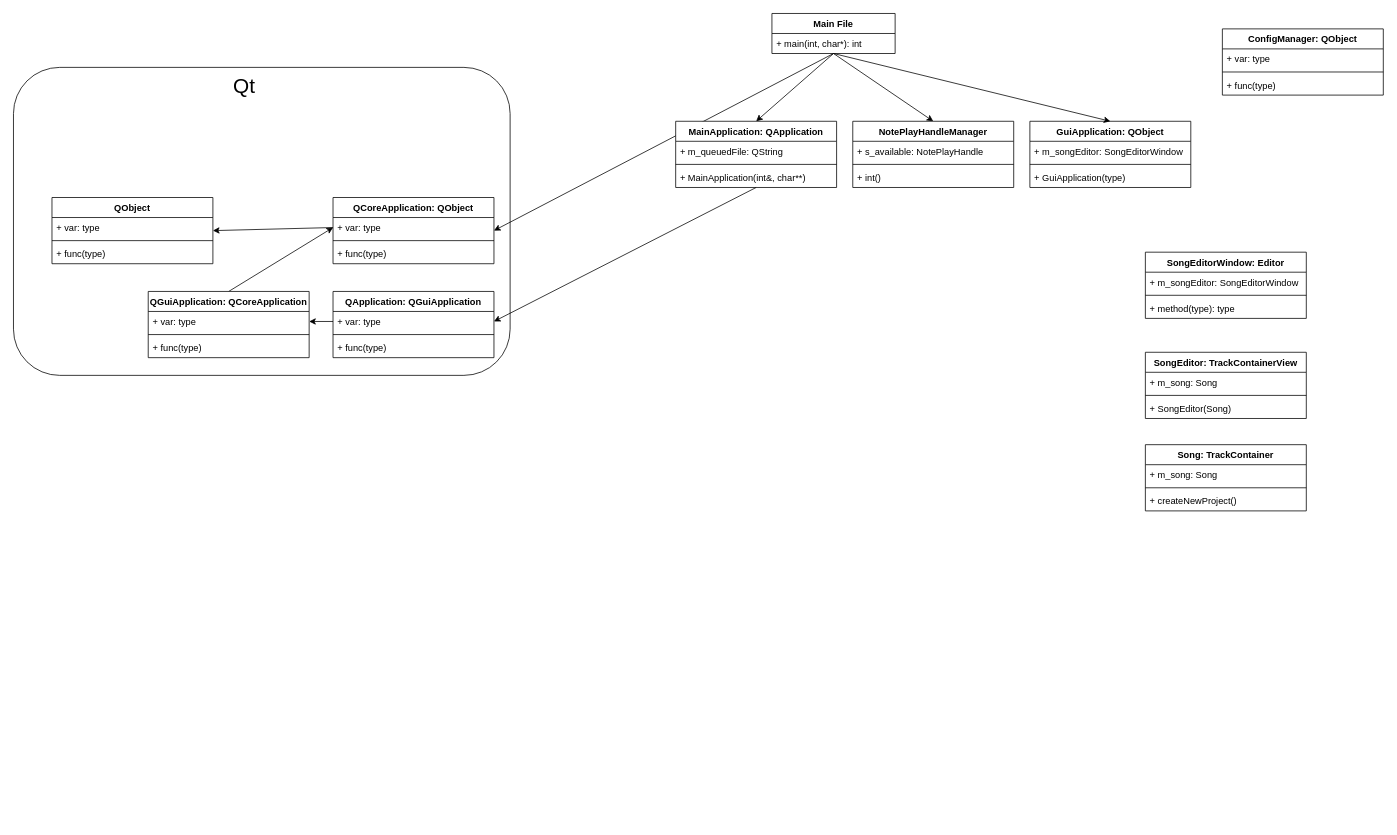
Above: LMMS.drawio in YRMOX/lmms (draw.io), before the change. Source tidied: cells renumbered, new cells numbered last; positions are measured from the earlier drawing's top-left corner, leaving out a move shared by most shapes. Both pictures are drawn from the tidied source at 77%, with x=0, y=0 at pixel (13, 13).
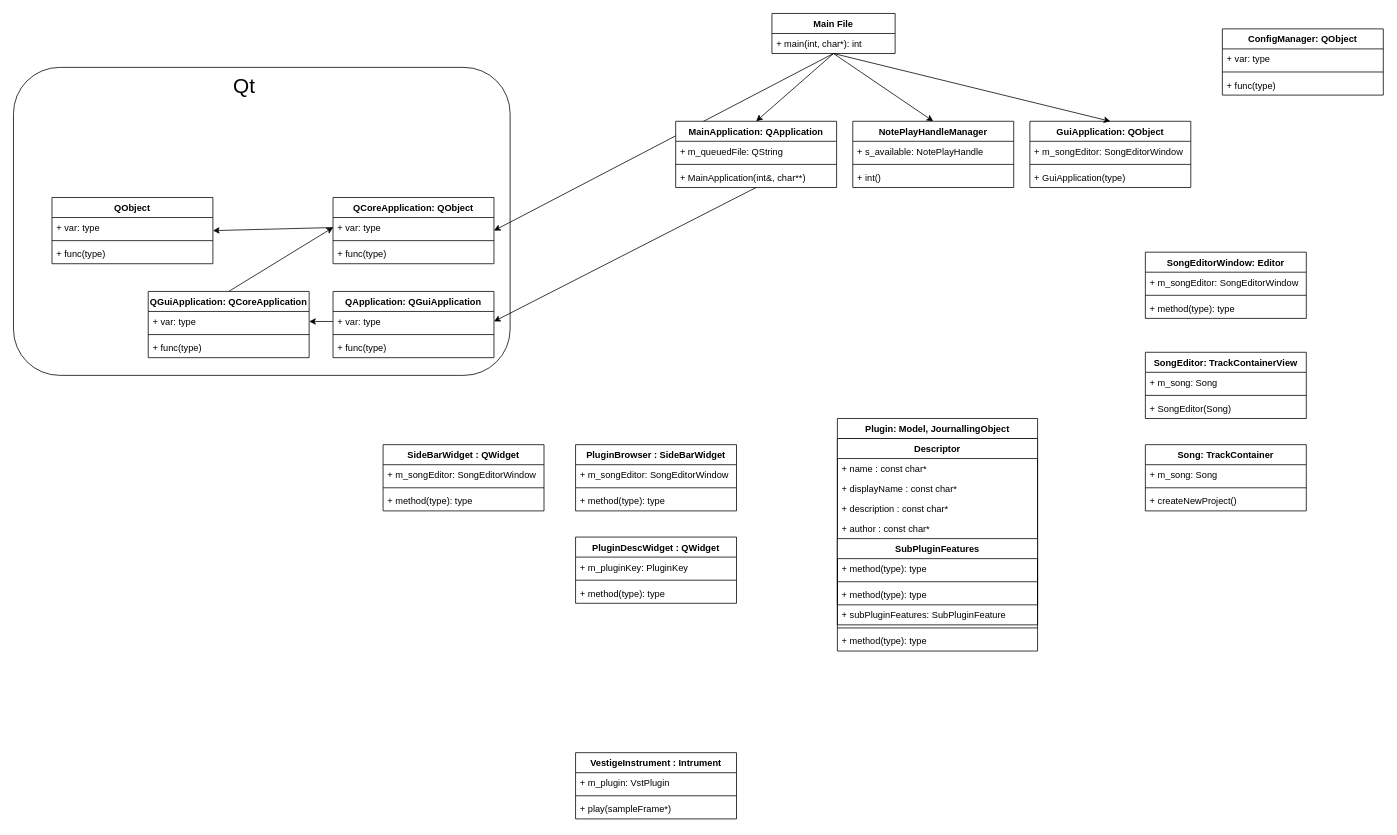
The same diagram, later.

Diff of the diagram source:
```diff
@@
+    <mxCell id="58" value="Plugin: Model, JournallingObject" style="swimlane;fontStyle=1;align=center;verticalAlign=top;horizontal=1;startSize=26;" parent="1" vertex="1">
+      <mxGeometry x="1070" y="526" width="260" height="302" as="geometry" />
+    </mxCell>
+    <mxCell id="59" value="Descriptor" style="swimlane;fontStyle=1;align=center;verticalAlign=top;horizontal=1;startSize=26;" parent="58" vertex="1">
+      <mxGeometry y="26" width="260" height="242" as="geometry" />
+    </mxCell>
+    <mxCell id="60" value="+ name : const char*" style="text;strokeColor=none;fillColor=none;align=left;verticalAlign=top;spacingLeft=4;spacingRight=4;overflow=hidden;" parent="59" vertex="1">
+      <mxGeometry y="26" width="260" height="26" as="geometry" />
+    </mxCell>
+    <mxCell id="61" value="+ displayName : const char*" style="text;strokeColor=none;fillColor=none;align=left;verticalAlign=top;spacingLeft=4;spacingRight=4;overflow=hidden;" parent="59" vertex="1">
+      <mxGeometry y="52" width="260" height="26" as="geometry" />
+    </mxCell>
+    <mxCell id="62" value="+ description : const char*" style="text;strokeColor=none;fillColor=none;align=left;verticalAlign=top;spacingLeft=4;spacingRight=4;overflow=hidden;" parent="59" vertex="1">
+      <mxGeometry y="78" width="260" height="26" as="geometry" />
+    </mxCell>
+    <mxCell id="63" value="+ author : const char*" style="text;strokeColor=none;fillColor=none;align=left;verticalAlign=top;spacingLeft=4;spacingRight=4;overflow=hidden;" parent="59" vertex="1">
+      <mxGeometry y="104" width="260" height="26" as="geometry" />
+    </mxCell>
+    <mxCell id="64" value="SubPluginFeatures" style="swimlane;fontStyle=1;align=center;verticalAlign=top;horizontal=1;startSize=26;" parent="59" vertex="1">
+      <mxGeometry y="130" width="260" height="86" as="geometry" />
+    </mxCell>
+    <mxCell id="65" value="+ method(type): type" style="text;strokeColor=none;fillColor=none;align=left;verticalAlign=top;spacingLeft=4;spacingRight=4;overflow=hidden;" parent="64" vertex="1">
+      <mxGeometry y="26" width="260" height="26" as="geometry" />
+    </mxCell>
+    <mxCell id="66" style="line;strokeWidth=1;fillColor=none;align=left;verticalAlign=middle;spacingTop=-1;spacingLeft=3;spacingRight=3;labelPosition=right;strokeColor=inherit;" parent="64" vertex="1">
+      <mxGeometry y="52" width="260" height="8" as="geometry" />
+    </mxCell>
+    <mxCell id="67" value="+ method(type): type" style="text;strokeColor=none;fillColor=none;align=left;verticalAlign=top;spacingLeft=4;spacingRight=4;overflow=hidden;" parent="64" vertex="1">
+      <mxGeometry y="60" width="260" height="26" as="geometry" />
+    </mxCell>
+    <mxCell id="68" value="+ subPluginFeatures: SubPluginFeature" style="text;strokeColor=none;fillColor=none;align=left;verticalAlign=top;spacingLeft=4;spacingRight=4;overflow=hidden;" parent="59" vertex="1">
+      <mxGeometry y="216" width="260" height="26" as="geometry" />
+    </mxCell>
+    <mxCell id="69" style="line;strokeWidth=1;fillColor=none;align=left;verticalAlign=middle;spacingTop=-1;spacingLeft=3;spacingRight=3;labelPosition=right;strokeColor=inherit;" parent="58" vertex="1">
+      <mxGeometry y="268" width="260" height="8" as="geometry" />
+    </mxCell>
+    <mxCell id="70" value="+ method(type): type" style="text;strokeColor=none;fillColor=none;align=left;verticalAlign=top;spacingLeft=4;spacingRight=4;overflow=hidden;" parent="58" vertex="1">
+      <mxGeometry y="276" width="260" height="26" as="geometry" />
+    </mxCell>
+    <mxCell id="71" value="PluginBrowser : SideBarWidget" style="swimlane;fontStyle=1;align=center;verticalAlign=top;horizontal=1;startSize=26;" parent="1" vertex="1">
+      <mxGeometry x="730" y="560" width="209" height="86" as="geometry" />
+    </mxCell>
+    <mxCell id="72" value="+ m_songEditor: SongEditorWindow" style="text;strokeColor=none;fillColor=none;align=left;verticalAlign=top;spacingLeft=4;spacingRight=4;overflow=hidden;" parent="71" vertex="1">
+      <mxGeometry y="26" width="209" height="26" as="geometry" />
+    </mxCell>
+    <mxCell id="73" style="line;strokeWidth=1;fillColor=none;align=left;verticalAlign=middle;spacingTop=-1;spacingLeft=3;spacingRight=3;labelPosition=right;strokeColor=inherit;" parent="71" vertex="1">
+      <mxGeometry y="52" width="209" height="8" as="geometry" />
+    </mxCell>
+    <mxCell id="74" value="+ method(type): type" style="text;strokeColor=none;fillColor=none;align=left;verticalAlign=top;spacingLeft=4;spacingRight=4;overflow=hidden;" parent="71" vertex="1">
+      <mxGeometry y="60" width="209" height="26" as="geometry" />
+    </mxCell>
+    <mxCell id="75" value="SideBarWidget : QWidget" style="swimlane;fontStyle=1;align=center;verticalAlign=top;horizontal=1;startSize=26;" parent="1" vertex="1">
+      <mxGeometry x="480" y="560" width="209" height="86" as="geometry" />
+    </mxCell>
+    <mxCell id="76" value="+ m_songEditor: SongEditorWindow" style="text;strokeColor=none;fillColor=none;align=left;verticalAlign=top;spacingLeft=4;spacingRight=4;overflow=hidden;" parent="75" vertex="1">
+      <mxGeometry y="26" width="209" height="26" as="geometry" />
+    </mxCell>
+    <mxCell id="77" style="line;strokeWidth=1;fillColor=none;align=left;verticalAlign=middle;spacingTop=-1;spacingLeft=3;spacingRight=3;labelPosition=right;strokeColor=inherit;" parent="75" vertex="1">
+      <mxGeometry y="52" width="209" height="8" as="geometry" />
+    </mxCell>
+    <mxCell id="78" value="+ method(type): type" style="text;strokeColor=none;fillColor=none;align=left;verticalAlign=top;spacingLeft=4;spacingRight=4;overflow=hidden;" parent="75" vertex="1">
+      <mxGeometry y="60" width="209" height="26" as="geometry" />
+    </mxCell>
+    <mxCell id="79" value="PluginDescWidget : QWidget" style="swimlane;fontStyle=1;align=center;verticalAlign=top;horizontal=1;startSize=26;" parent="1" vertex="1">
+      <mxGeometry x="730" y="680" width="209" height="86" as="geometry" />
+    </mxCell>
+    <mxCell id="80" value="+ m_pluginKey: PluginKey" style="text;strokeColor=none;fillColor=none;align=left;verticalAlign=top;spacingLeft=4;spacingRight=4;overflow=hidden;" parent="79" vertex="1">
+      <mxGeometry y="26" width="209" height="26" as="geometry" />
+    </mxCell>
+    <mxCell id="81" style="line;strokeWidth=1;fillColor=none;align=left;verticalAlign=middle;spacingTop=-1;spacingLeft=3;spacingRight=3;labelPosition=right;strokeColor=inherit;" parent="79" vertex="1">
+      <mxGeometry y="52" width="209" height="8" as="geometry" />
+    </mxCell>
+    <mxCell id="82" value="+ method(type): type" style="text;strokeColor=none;fillColor=none;align=left;verticalAlign=top;spacingLeft=4;spacingRight=4;overflow=hidden;" parent="79" vertex="1">
+      <mxGeometry y="60" width="209" height="26" as="geometry" />
+    </mxCell>
+    <mxCell id="83" value="VestigeInstrument : Intrument" style="swimlane;fontStyle=1;align=center;verticalAlign=top;horizontal=1;startSize=26;" parent="1" vertex="1">
+      <mxGeometry x="730" y="960" width="209" height="86" as="geometry" />
+    </mxCell>
+    <mxCell id="84" value="+ m_plugin: VstPlugin" style="text;strokeColor=none;fillColor=none;align=left;verticalAlign=top;spacingLeft=4;spacingRight=4;overflow=hidden;" parent="83" vertex="1">
+      <mxGeometry y="26" width="209" height="26" as="geometry" />
+    </mxCell>
+    <mxCell id="85" style="line;strokeWidth=1;fillColor=none;align=left;verticalAlign=middle;spacingTop=-1;spacingLeft=3;spacingRight=3;labelPosition=right;strokeColor=inherit;" parent="83" vertex="1">
+      <mxGeometry y="52" width="209" height="8" as="geometry" />
+    </mxCell>
+    <mxCell id="86" value="+ play(sampleFrame*)" style="text;strokeColor=none;fillColor=none;align=left;verticalAlign=top;spacingLeft=4;spacingRight=4;overflow=hidden;" parent="83" vertex="1">
+      <mxGeometry y="60" width="209" height="26" as="geometry" />
+    </mxCell>
```
